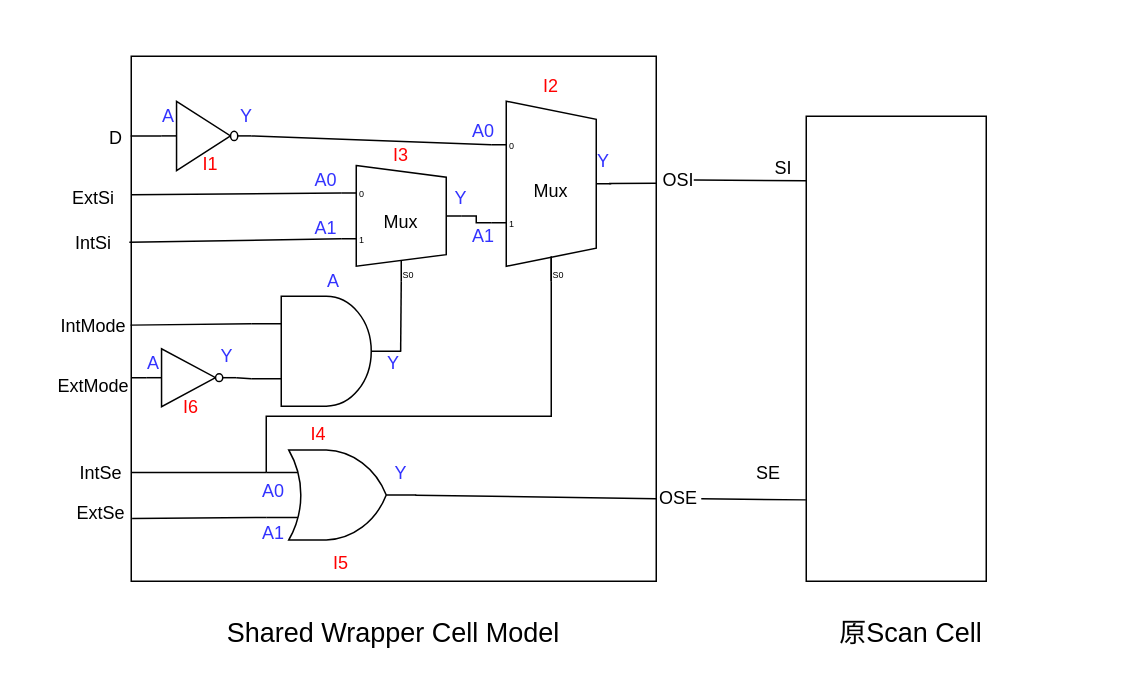
Earlier version of the draw.io diagram 未命名绘图.drawio (Gao-June/Algorithm_Exercise). Source tidied: cells renumbered, new cells numbered last; positions are measured from the earlier drawing's top-left corner, leaving out a move shared by most shapes. Both pictures are drawn from the tidied source at 150%, with x=0, y=0 at pixel (56, 56).
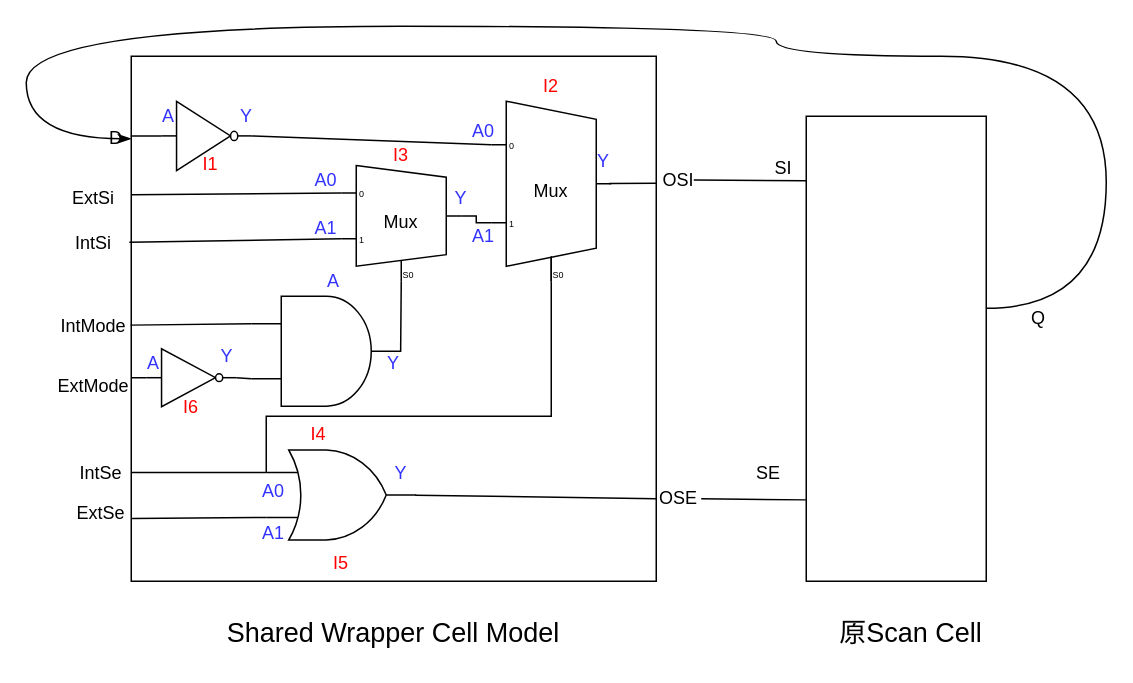
The same page after the edit.

Unchanged cells that the change refers to:
```xml
<mxCell id="3" value="D" style="text;html=1;align=center;verticalAlign=middle;whiteSpace=wrap;rounded=0;" parent="1" vertex="1">
  <mxGeometry x="30" y="42.5" width="20" height="25" as="geometry" />
</mxCell>
<mxCell id="62" style="rounded=0;whiteSpace=wrap;html=1;" parent="1" vertex="1">
  <mxGeometry x="500" y="40" width="120" height="310" as="geometry" />
</mxCell>
```

Diff of the diagram source:
```diff
@@
+    <mxCell id="68" value="Q" style="text;html=1;align=center;verticalAlign=middle;whiteSpace=wrap;rounded=0;" parent="1" vertex="1">
+      <mxGeometry x="640" y="160" width="30" height="30" as="geometry" />
+    </mxCell>
+    <mxCell id="69" style="endArrow=classicThin;html=1;rounded=0;entryX=1;entryY=0.5;entryDx=0;entryDy=0;exitX=0.998;exitY=0.413;exitDx=0;exitDy=0;exitPerimeter=0;edgeStyle=orthogonalEdgeStyle;elbow=vertical;curved=1;endFill=1;" parent="1" edge="1" source="62" target="3">
+      <mxGeometry relative="1" as="geometry">
+        <Array as="points">
+          <mxPoint x="700" y="168" />
+          <mxPoint x="700" />
+          <mxPoint x="480" />
+          <mxPoint x="480" y="-20" />
+          <mxPoint x="-20" y="-20" />
+          <mxPoint x="-20" y="55" />
+        </Array>
+      </mxGeometry>
+    </mxCell>
```
